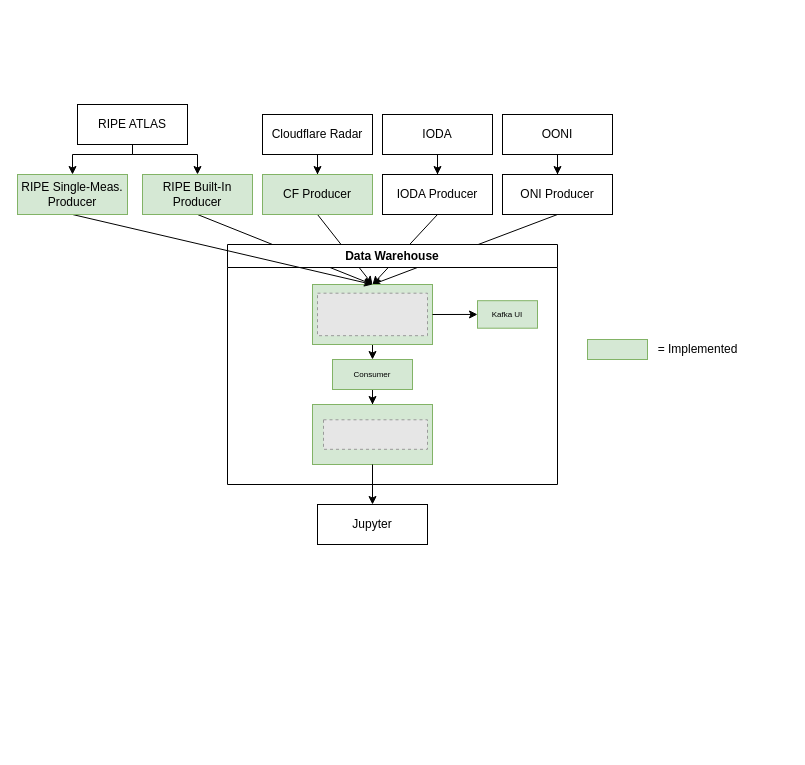
Above: hugo-docs/restricted/notes/harvesting-architecture.drawio in diic-starlink/performance-insights-into-starlink (draw.io), before the change. Source tidied: cells renumbered, new cells numbered last; positions are measured from the earlier drawing's top-left corner, leaving out a move shared by most shapes. Both pictures are drawn from the tidied source at 100%, with x=0, y=0 at pixel (17, 104). Pictures stored in the file or linked from it are replaced by grey dashed boxes.
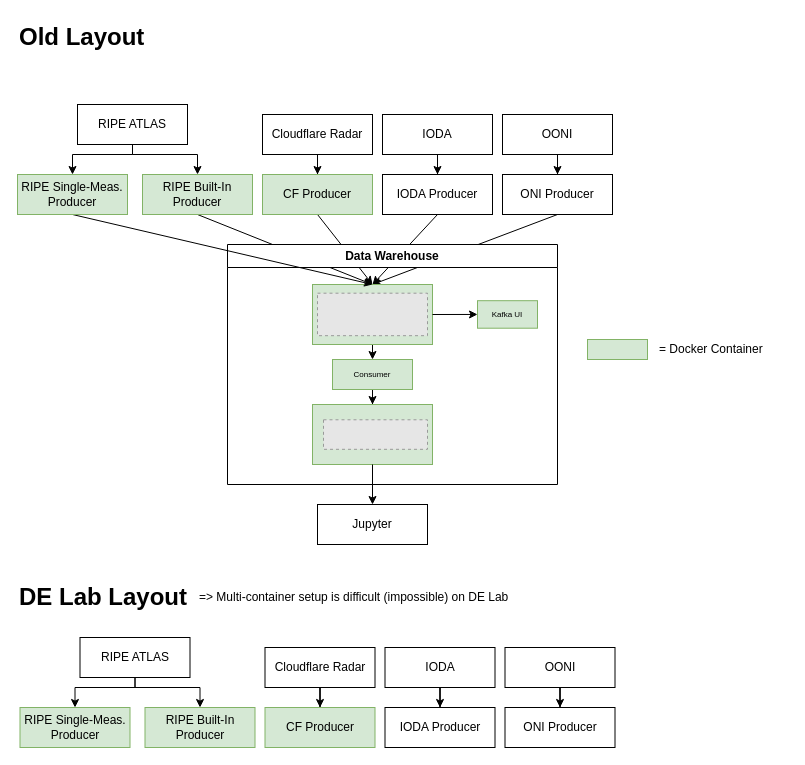
The same page after the edit.

Commit message (it also covers changes not shown here):
Multi-Threading download architecture

The edit, as a diff of the source:
```diff
@@
-    <mxCell id="33" value="= Implemented" style="text;html=1;align=center;verticalAlign=middle;strokeColor=none;fillColor=none;" parent="1" vertex="1">
-      <mxGeometry x="630" y="230" width="100" height="30" as="geometry" />
+    <mxCell id="33" value="= Docker Container" style="text;html=1;align=left;verticalAlign=middle;strokeColor=none;fillColor=none;" parent="1" vertex="1">
+      <mxGeometry x="640" y="230" width="130" height="30" as="geometry" />
     </mxCell>
@@
+    <mxCell id="36" value="Old Layout" style="text;html=1;align=left;verticalAlign=middle;strokeColor=none;fillColor=none;fontSize=24;fontStyle=1;" parent="1" vertex="1">
+      <mxGeometry y="-87" width="140" height="40" as="geometry" />
+    </mxCell>
+    <mxCell id="37" value="DE Lab Layout" style="text;html=1;align=left;verticalAlign=middle;strokeColor=none;fillColor=none;fontSize=24;fontStyle=1;" parent="1" vertex="1">
+      <mxGeometry y="473" width="180" height="40" as="geometry" />
+    </mxCell>
+    <mxCell id="38" value="=&amp;gt; Multi-container setup is difficult (impossible) on DE Lab" style="text;html=1;align=left;verticalAlign=middle;strokeColor=none;fillColor=none;" parent="1" vertex="1">
+      <mxGeometry x="180" y="478" width="330" height="30" as="geometry" />
+    </mxCell>
+    <mxCell id="39" style="edgeStyle=orthogonalEdgeStyle;rounded=0;jettySize=auto;html=1;" parent="1" edge="1" source="41" target="48">
+      <mxGeometry relative="1" as="geometry">
+        <Array as="points">
+          <mxPoint x="117.5" y="583" />
+          <mxPoint x="182.5" y="583" />
+        </Array>
+      </mxGeometry>
+    </mxCell>
+    <mxCell id="40" style="edgeStyle=orthogonalEdgeStyle;rounded=0;jettySize=auto;html=1;exitX=0.5;exitY=1;exitDx=0;exitDy=0;entryX=0.5;entryY=0;entryDx=0;entryDy=0;" parent="1" edge="1" source="41" target="52">
+      <mxGeometry relative="1" as="geometry">
+        <Array as="points">
+          <mxPoint x="117.5" y="583" />
+          <mxPoint x="57.5" y="583" />
+        </Array>
+      </mxGeometry>
+    </mxCell>
+    <mxCell id="41" value="RIPE ATLAS" style="rounded=0;whiteSpace=wrap;html=1;" parent="1" vertex="1">
+      <mxGeometry x="62.5" y="533" width="110" height="40" as="geometry" />
+    </mxCell>
+    <mxCell id="42" style="edgeStyle=orthogonalEdgeStyle;rounded=0;jettySize=auto;html=1;" parent="1" edge="1" source="43" target="49">
+      <mxGeometry relative="1" as="geometry" />
+    </mxCell>
+    <mxCell id="43" value="Cloudflare Radar" style="rounded=0;whiteSpace=wrap;html=1;" parent="1" vertex="1">
+      <mxGeometry x="247.5" y="543" width="110" height="40" as="geometry" />
+    </mxCell>
+    <mxCell id="44" style="edgeStyle=orthogonalEdgeStyle;rounded=0;jettySize=auto;html=1;" parent="1" edge="1" source="45" target="50">
+      <mxGeometry relative="1" as="geometry" />
+    </mxCell>
+    <mxCell id="45" value="IODA" style="rounded=0;whiteSpace=wrap;html=1;" parent="1" vertex="1">
+      <mxGeometry x="367.5" y="543" width="110" height="40" as="geometry" />
+    </mxCell>
+    <mxCell id="46" style="edgeStyle=orthogonalEdgeStyle;rounded=0;jettySize=auto;html=1;" parent="1" edge="1" source="47" target="51">
+      <mxGeometry relative="1" as="geometry" />
+    </mxCell>
+    <mxCell id="47" value="OONI" style="rounded=0;whiteSpace=wrap;html=1;" parent="1" vertex="1">
+      <mxGeometry x="487.5" y="543" width="110" height="40" as="geometry" />
+    </mxCell>
+    <mxCell id="48" value="RIPE Built-In&lt;div&gt;Producer&lt;/div&gt;" style="rounded=0;whiteSpace=wrap;html=1;fillColor=#d5e8d4;strokeColor=#82b366;" parent="1" vertex="1">
+      <mxGeometry x="127.5" y="603" width="110" height="40" as="geometry" />
+    </mxCell>
+    <mxCell id="49" value="CF Producer" style="rounded=0;whiteSpace=wrap;html=1;fillColor=#d5e8d4;strokeColor=#82b366;" parent="1" vertex="1">
+      <mxGeometry x="247.5" y="603" width="110" height="40" as="geometry" />
+    </mxCell>
+    <mxCell id="50" value="IODA Producer" style="rounded=0;whiteSpace=wrap;html=1;" parent="1" vertex="1">
+      <mxGeometry x="367.5" y="603" width="110" height="40" as="geometry" />
+    </mxCell>
+    <mxCell id="51" value="ONI Producer" style="rounded=0;whiteSpace=wrap;html=1;" parent="1" vertex="1">
+      <mxGeometry x="487.5" y="603" width="110" height="40" as="geometry" />
+    </mxCell>
+    <mxCell id="52" value="RIPE Single-Meas.&lt;div&gt;Producer&lt;/div&gt;" style="rounded=0;whiteSpace=wrap;html=1;fillColor=#d5e8d4;strokeColor=#82b366;" parent="1" vertex="1">
+      <mxGeometry x="2.5" y="603" width="110" height="40" as="geometry" />
+    </mxCell>
```
